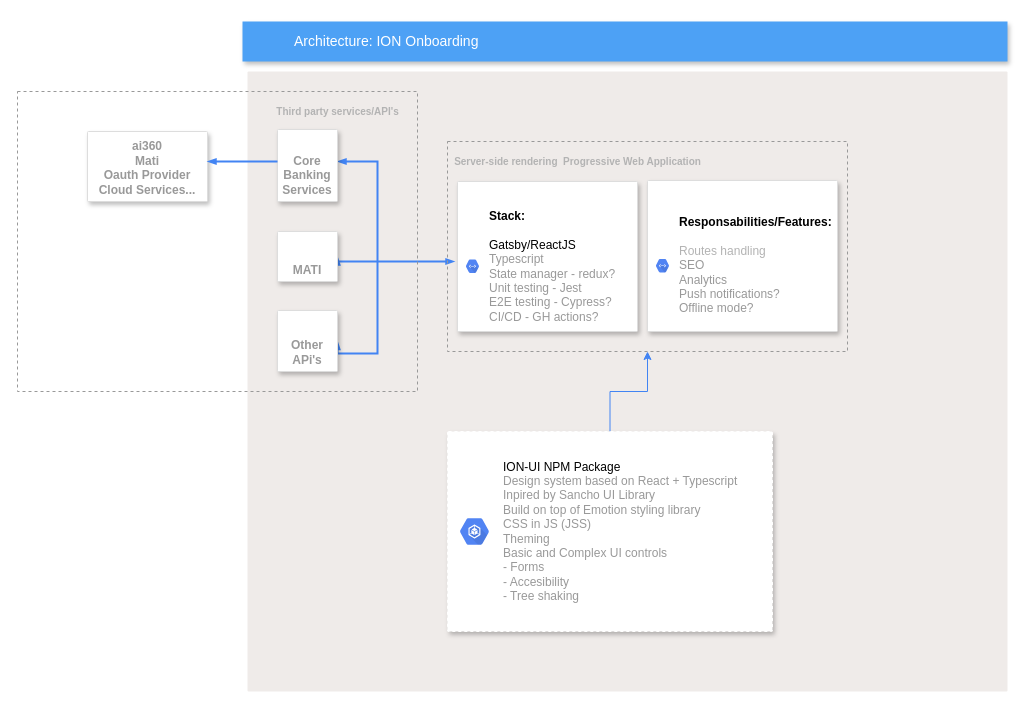
This is src/ION Onboarding Architecture.drawio from axnotliztac10/baraton-store, a draw.io file, before an edit. Source tidied: cells renumbered, new cells numbered last; positions are measured from the earlier drawing's top-left corner, leaving out a move shared by most shapes. Both pictures are drawn from the tidied source at 100%, with x=0, y=0 at pixel (17, 21).
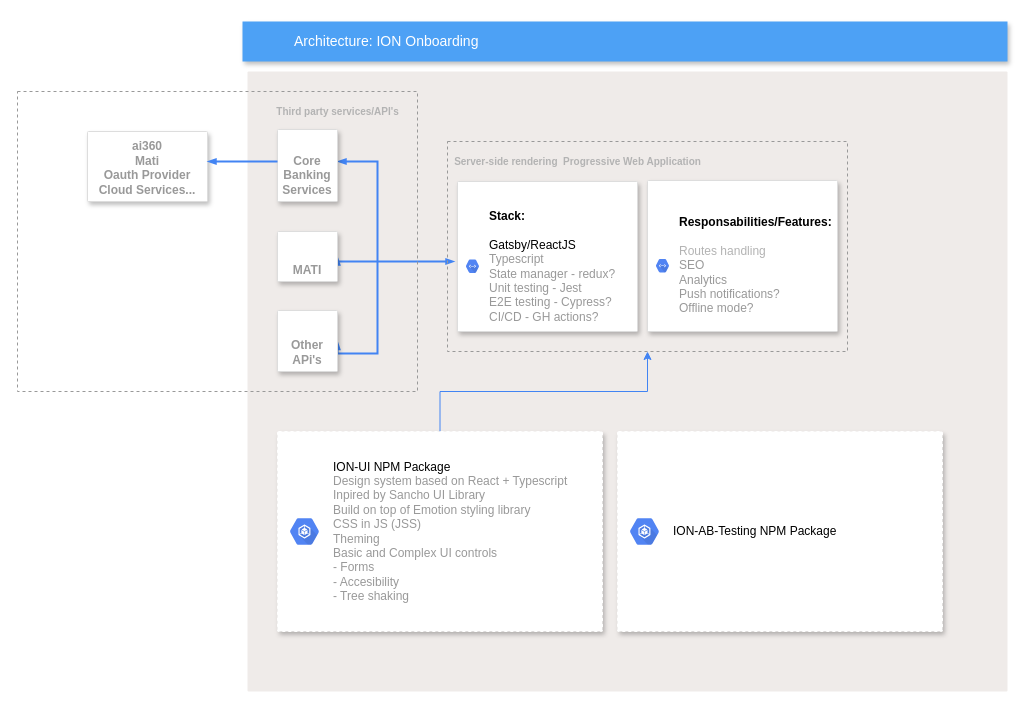
After the change.

What changed in the source:
```diff
@@
     <mxCell id="20" style="shadow=1;strokeWidth=1;rounded=1;absoluteArcSize=1;arcSize=2;dashed=1;fontSize=10;strokeColor=#FFFFFF;" parent="1" vertex="1">
-      <mxGeometry x="430" y="410" width="325" height="200" as="geometry" />
+      <mxGeometry x="260" y="410" width="325" height="200" as="geometry" />
     </mxCell>
@@
+    <mxCell id="22" style="shadow=1;strokeWidth=1;rounded=1;absoluteArcSize=1;arcSize=2;dashed=1;fontSize=10;strokeColor=#FFFFFF;" parent="1" vertex="1">
+      <mxGeometry x="600" y="410" width="325" height="200" as="geometry" />
+    </mxCell>
+    <mxCell id="23" value="&lt;font color=&quot;#000000&quot;&gt;ION-AB-Testing NPM Package&lt;/font&gt;&lt;br&gt;" style="dashed=0;html=1;fillColor=#5184F3;strokeColor=none;shape=mxgraph.gcp2.hexIcon;prIcon=container_engine;labelPosition=right;verticalLabelPosition=middle;align=left;verticalAlign=middle;spacingLeft=5;fontColor=#999999;fontSize=12;" parent="22" vertex="1">
+      <mxGeometry y="0.5" width="44" height="39" relative="1" as="geometry">
+        <mxPoint x="5" y="-19.5" as="offset" />
+      </mxGeometry>
+    </mxCell>
```
